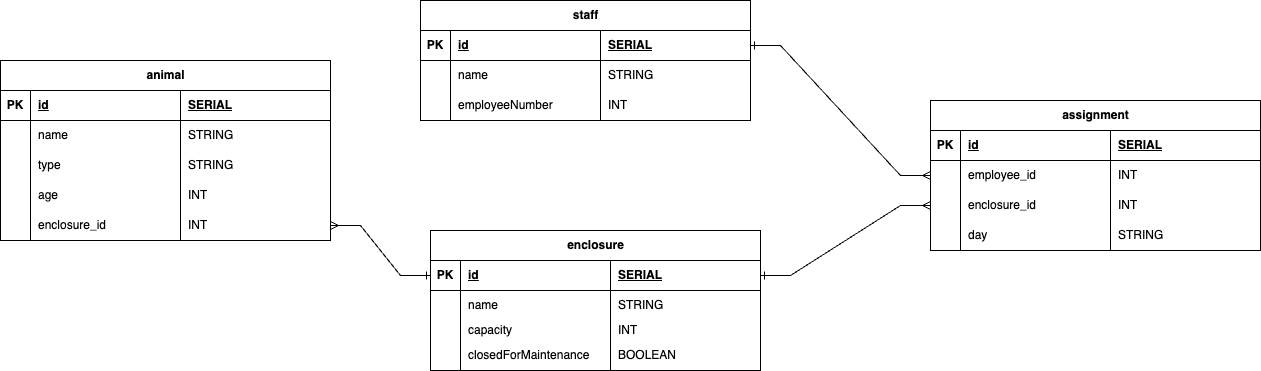
cbattenplowright/zoo_database_paired_lab keeps this draw.io diagram as ZooERD.png. Above is the earlier version. Source tidied: cells renumbered, new cells last; positions are measured from the earlier drawing's top-left corner, leaving out a move shared by most shapes. Source of this version:
```xml
<mxGraphModel>
  <root>
    <mxCell id="0" />
    <mxCell id="1" parent="0" />
    <mxCell id="2" value="animal" style="shape=table;startSize=30;rowLines=0;fontStyle=1;align=center;html=1;" parent="1" vertex="1">
      <mxGeometry y="60" width="330" height="180" as="geometry" />
    </mxCell>
    <mxCell id="3" style="shape=tableRow;horizontal=0;startSize=0;swimlaneHead=0;swimlaneBody=0;fillColor=none;top=0;left=0;right=0;bottom=1;" parent="2" vertex="1">
      <mxGeometry y="30" width="330" height="30" as="geometry" />
    </mxCell>
    <mxCell id="4" value="PK" style="shape=partialRectangle;fillColor=none;top=0;left=0;bottom=0;right=0;fontStyle=1;overflow=hidden;whiteSpace=wrap;html=1;" parent="3" vertex="1">
      <mxGeometry width="30" height="30" as="geometry" />
    </mxCell>
    <mxCell id="5" value="id" style="shape=partialRectangle;fillColor=none;top=0;left=0;bottom=0;right=0;align=left;spacingLeft=6;fontStyle=5;overflow=hidden;whiteSpace=wrap;html=1;" parent="3" vertex="1">
      <mxGeometry x="30" width="150" height="30" as="geometry" />
    </mxCell>
    <mxCell id="6" value="SERIAL" style="shape=partialRectangle;fillColor=none;top=0;left=0;bottom=0;right=0;align=left;spacingLeft=6;fontStyle=5;overflow=hidden;whiteSpace=wrap;html=1;" parent="3" vertex="1">
      <mxGeometry x="180" width="150" height="30" as="geometry" />
    </mxCell>
    <mxCell id="7" style="shape=tableRow;horizontal=0;startSize=0;swimlaneHead=0;swimlaneBody=0;fillColor=none;top=0;left=0;right=0;bottom=0;" parent="2" vertex="1">
      <mxGeometry y="60" width="330" height="30" as="geometry" />
    </mxCell>
    <mxCell id="8" style="shape=partialRectangle;fillColor=none;top=0;left=0;bottom=0;right=0;overflow=hidden;whiteSpace=wrap;html=1;" parent="7" vertex="1">
      <mxGeometry width="30" height="30" as="geometry" />
    </mxCell>
    <mxCell id="9" value="name" style="shape=partialRectangle;fillColor=none;top=0;left=0;bottom=0;right=0;align=left;spacingLeft=6;overflow=hidden;whiteSpace=wrap;html=1;" parent="7" vertex="1">
      <mxGeometry x="30" width="150" height="30" as="geometry" />
    </mxCell>
    <mxCell id="10" value="STRING" style="shape=partialRectangle;fillColor=none;top=0;left=0;bottom=0;right=0;align=left;spacingLeft=6;overflow=hidden;whiteSpace=wrap;html=1;" parent="7" vertex="1">
      <mxGeometry x="180" width="150" height="30" as="geometry" />
    </mxCell>
    <mxCell id="11" style="shape=tableRow;horizontal=0;startSize=0;swimlaneHead=0;swimlaneBody=0;fillColor=none;top=0;left=0;right=0;bottom=0;" parent="2" vertex="1">
      <mxGeometry y="90" width="330" height="30" as="geometry" />
    </mxCell>
    <mxCell id="12" style="shape=partialRectangle;fillColor=none;top=0;left=0;bottom=0;right=0;overflow=hidden;whiteSpace=wrap;html=1;" parent="11" vertex="1">
      <mxGeometry width="30" height="30" as="geometry" />
    </mxCell>
    <mxCell id="13" value="type" style="shape=partialRectangle;fillColor=none;top=0;left=0;bottom=0;right=0;align=left;spacingLeft=6;overflow=hidden;whiteSpace=wrap;html=1;" parent="11" vertex="1">
      <mxGeometry x="30" width="150" height="30" as="geometry" />
    </mxCell>
    <mxCell id="14" value="STRING" style="shape=partialRectangle;fillColor=none;top=0;left=0;bottom=0;right=0;align=left;spacingLeft=6;overflow=hidden;whiteSpace=wrap;html=1;" parent="11" vertex="1">
      <mxGeometry x="180" width="150" height="30" as="geometry" />
    </mxCell>
    <mxCell id="15" style="shape=tableRow;horizontal=0;startSize=0;swimlaneHead=0;swimlaneBody=0;fillColor=none;top=0;left=0;right=0;bottom=0;" parent="2" vertex="1">
      <mxGeometry y="120" width="330" height="30" as="geometry" />
    </mxCell>
    <mxCell id="16" style="shape=partialRectangle;fillColor=none;top=0;left=0;bottom=0;right=0;overflow=hidden;whiteSpace=wrap;html=1;" parent="15" vertex="1">
      <mxGeometry width="30" height="30" as="geometry" />
    </mxCell>
    <mxCell id="17" value="age" style="shape=partialRectangle;fillColor=none;top=0;left=0;bottom=0;right=0;align=left;spacingLeft=6;overflow=hidden;whiteSpace=wrap;html=1;" parent="15" vertex="1">
      <mxGeometry x="30" width="150" height="30" as="geometry" />
    </mxCell>
    <mxCell id="18" value="INT" style="shape=partialRectangle;fillColor=none;top=0;left=0;bottom=0;right=0;align=left;spacingLeft=6;overflow=hidden;whiteSpace=wrap;html=1;" parent="15" vertex="1">
      <mxGeometry x="180" width="150" height="30" as="geometry" />
    </mxCell>
    <mxCell id="19" style="shape=tableRow;horizontal=0;startSize=0;swimlaneHead=0;swimlaneBody=0;fillColor=none;points=[[0,0.5],[1,0.5]];portConstraint=eastwest;top=0;left=0;right=0;bottom=0;" parent="2" vertex="1">
      <mxGeometry y="150" width="330" height="30" as="geometry" />
    </mxCell>
    <mxCell id="20" style="shape=partialRectangle;fillColor=none;top=0;left=0;bottom=0;right=0;overflow=hidden;whiteSpace=wrap;html=1;" parent="19" vertex="1">
      <mxGeometry width="30" height="30" as="geometry" />
    </mxCell>
    <mxCell id="21" value="enclosure_id" style="shape=partialRectangle;fillColor=none;top=0;left=0;bottom=0;right=0;align=left;spacingLeft=6;overflow=hidden;whiteSpace=wrap;html=1;" parent="19" vertex="1">
      <mxGeometry x="30" width="150" height="30" as="geometry" />
    </mxCell>
    <mxCell id="22" value="INT" style="shape=partialRectangle;fillColor=none;top=0;left=0;bottom=0;right=0;align=left;spacingLeft=6;overflow=hidden;whiteSpace=wrap;html=1;" parent="19" vertex="1">
      <mxGeometry x="180" width="150" height="30" as="geometry" />
    </mxCell>
    <mxCell id="23" value="enclosure" style="shape=table;startSize=30;rowLines=0;fontStyle=1;align=center;html=1;" parent="1" vertex="1">
      <mxGeometry x="430" y="230" width="330" height="140" as="geometry" />
    </mxCell>
    <mxCell id="24" style="shape=tableRow;horizontal=0;startSize=0;swimlaneHead=0;swimlaneBody=0;fillColor=none;points=[[0,0.5],[1,0.5]];portConstraint=eastwest;top=0;left=0;right=0;bottom=1;" parent="23" vertex="1">
      <mxGeometry y="30" width="330" height="30" as="geometry" />
    </mxCell>
    <mxCell id="25" value="PK" style="shape=partialRectangle;fillColor=none;top=0;left=0;bottom=0;right=0;fontStyle=1;overflow=hidden;whiteSpace=wrap;html=1;" parent="24" vertex="1">
      <mxGeometry width="30" height="30" as="geometry" />
    </mxCell>
    <mxCell id="26" value="id" style="shape=partialRectangle;fillColor=none;top=0;left=0;bottom=0;right=0;align=left;spacingLeft=6;fontStyle=5;overflow=hidden;whiteSpace=wrap;html=1;" parent="24" vertex="1">
      <mxGeometry x="30" width="150" height="30" as="geometry" />
    </mxCell>
    <mxCell id="27" value="SERIAL" style="shape=partialRectangle;fillColor=none;top=0;left=0;bottom=0;right=0;align=left;spacingLeft=6;fontStyle=5;overflow=hidden;whiteSpace=wrap;html=1;" parent="24" vertex="1">
      <mxGeometry x="180" width="150" height="30" as="geometry" />
    </mxCell>
    <mxCell id="28" style="shape=tableRow;horizontal=0;startSize=0;swimlaneHead=0;swimlaneBody=0;fillColor=none;top=0;left=0;right=0;bottom=0;" parent="23" vertex="1">
      <mxGeometry y="60" width="330" height="30" as="geometry" />
    </mxCell>
    <mxCell id="29" style="shape=partialRectangle;fillColor=none;top=0;left=0;bottom=0;right=0;overflow=hidden;whiteSpace=wrap;html=1;" parent="28" vertex="1">
      <mxGeometry width="30" height="30" as="geometry" />
    </mxCell>
    <mxCell id="30" value="name" style="shape=partialRectangle;fillColor=none;top=0;left=0;bottom=0;right=0;align=left;spacingLeft=6;overflow=hidden;whiteSpace=wrap;html=1;" parent="28" vertex="1">
      <mxGeometry x="30" width="150" height="30" as="geometry" />
    </mxCell>
    <mxCell id="31" value="STRING" style="shape=partialRectangle;fillColor=none;top=0;left=0;bottom=0;right=0;align=left;spacingLeft=6;overflow=hidden;whiteSpace=wrap;html=1;" parent="28" vertex="1">
      <mxGeometry x="180" width="150" height="30" as="geometry" />
    </mxCell>
    <mxCell id="32" style="shape=tableRow;horizontal=0;startSize=0;swimlaneHead=0;swimlaneBody=0;fillColor=none;top=0;left=0;right=0;bottom=0;" parent="23" vertex="1">
      <mxGeometry y="90" width="330" height="20" as="geometry" />
    </mxCell>
    <mxCell id="33" style="shape=partialRectangle;fillColor=none;top=0;left=0;bottom=0;right=0;overflow=hidden;whiteSpace=wrap;html=1;" parent="32" vertex="1">
      <mxGeometry width="30" height="20" as="geometry" />
    </mxCell>
    <mxCell id="34" value="capacity" style="shape=partialRectangle;fillColor=none;top=0;left=0;bottom=0;right=0;align=left;spacingLeft=6;overflow=hidden;whiteSpace=wrap;html=1;" parent="32" vertex="1">
      <mxGeometry x="30" width="150" height="20" as="geometry" />
    </mxCell>
    <mxCell id="35" value="INT" style="shape=partialRectangle;fillColor=none;top=0;left=0;bottom=0;right=0;align=left;spacingLeft=6;overflow=hidden;whiteSpace=wrap;html=1;" parent="32" vertex="1">
      <mxGeometry x="180" width="150" height="20" as="geometry" />
    </mxCell>
    <mxCell id="36" style="shape=tableRow;horizontal=0;startSize=0;swimlaneHead=0;swimlaneBody=0;fillColor=none;top=0;left=0;right=0;bottom=0;" parent="23" vertex="1">
      <mxGeometry y="110" width="330" height="30" as="geometry" />
    </mxCell>
    <mxCell id="37" style="shape=partialRectangle;fillColor=none;top=0;left=0;bottom=0;right=0;overflow=hidden;whiteSpace=wrap;html=1;" parent="36" vertex="1">
      <mxGeometry width="30" height="30" as="geometry" />
    </mxCell>
    <mxCell id="38" value="closedForMaintenance" style="shape=partialRectangle;fillColor=none;top=0;left=0;bottom=0;right=0;align=left;spacingLeft=6;overflow=hidden;whiteSpace=wrap;html=1;" parent="36" vertex="1">
      <mxGeometry x="30" width="150" height="30" as="geometry" />
    </mxCell>
    <mxCell id="39" value="BOOLEAN" style="shape=partialRectangle;fillColor=none;top=0;left=0;bottom=0;right=0;align=left;spacingLeft=6;overflow=hidden;whiteSpace=wrap;html=1;" parent="36" vertex="1">
      <mxGeometry x="180" width="150" height="30" as="geometry" />
    </mxCell>
    <mxCell id="40" value="staff" style="shape=table;startSize=30;rowLines=0;fontStyle=1;align=center;html=1;" parent="1" vertex="1">
      <mxGeometry x="420" width="330" height="120" as="geometry" />
    </mxCell>
    <mxCell id="41" style="shape=tableRow;horizontal=0;startSize=0;swimlaneHead=0;swimlaneBody=0;fillColor=none;points=[[0,0.5],[1,0.5]];portConstraint=eastwest;top=0;left=0;right=0;bottom=1;" parent="40" vertex="1">
      <mxGeometry y="30" width="330" height="30" as="geometry" />
    </mxCell>
    <mxCell id="42" value="PK" style="shape=partialRectangle;fillColor=none;top=0;left=0;bottom=0;right=0;fontStyle=1;overflow=hidden;whiteSpace=wrap;html=1;" parent="41" vertex="1">
      <mxGeometry width="30" height="30" as="geometry" />
    </mxCell>
    <mxCell id="43" value="id" style="shape=partialRectangle;fillColor=none;top=0;left=0;bottom=0;right=0;align=left;spacingLeft=6;fontStyle=5;overflow=hidden;whiteSpace=wrap;html=1;" parent="41" vertex="1">
      <mxGeometry x="30" width="150" height="30" as="geometry" />
    </mxCell>
    <mxCell id="44" value="SERIAL" style="shape=partialRectangle;fillColor=none;top=0;left=0;bottom=0;right=0;align=left;spacingLeft=6;fontStyle=5;overflow=hidden;whiteSpace=wrap;html=1;" parent="41" vertex="1">
      <mxGeometry x="180" width="150" height="30" as="geometry" />
    </mxCell>
    <mxCell id="45" style="shape=tableRow;horizontal=0;startSize=0;swimlaneHead=0;swimlaneBody=0;fillColor=none;top=0;left=0;right=0;bottom=0;" parent="40" vertex="1">
      <mxGeometry y="60" width="330" height="30" as="geometry" />
    </mxCell>
    <mxCell id="46" style="shape=partialRectangle;fillColor=none;top=0;left=0;bottom=0;right=0;overflow=hidden;whiteSpace=wrap;html=1;" parent="45" vertex="1">
      <mxGeometry width="30" height="30" as="geometry" />
    </mxCell>
    <mxCell id="47" value="name" style="shape=partialRectangle;fillColor=none;top=0;left=0;bottom=0;right=0;align=left;spacingLeft=6;overflow=hidden;whiteSpace=wrap;html=1;" parent="45" vertex="1">
      <mxGeometry x="30" width="150" height="30" as="geometry" />
    </mxCell>
    <mxCell id="48" value="STRING" style="shape=partialRectangle;fillColor=none;top=0;left=0;bottom=0;right=0;align=left;spacingLeft=6;overflow=hidden;whiteSpace=wrap;html=1;" parent="45" vertex="1">
      <mxGeometry x="180" width="150" height="30" as="geometry" />
    </mxCell>
    <mxCell id="49" style="shape=tableRow;horizontal=0;startSize=0;swimlaneHead=0;swimlaneBody=0;fillColor=none;top=0;left=0;right=0;bottom=0;" parent="40" vertex="1">
      <mxGeometry y="90" width="330" height="30" as="geometry" />
    </mxCell>
    <mxCell id="50" style="shape=partialRectangle;fillColor=none;top=0;left=0;bottom=0;right=0;overflow=hidden;whiteSpace=wrap;html=1;" parent="49" vertex="1">
      <mxGeometry width="30" height="30" as="geometry" />
    </mxCell>
    <mxCell id="51" value="employeeNumber" style="shape=partialRectangle;fillColor=none;top=0;left=0;bottom=0;right=0;align=left;spacingLeft=6;overflow=hidden;whiteSpace=wrap;html=1;" parent="49" vertex="1">
      <mxGeometry x="30" width="150" height="30" as="geometry" />
    </mxCell>
    <mxCell id="52" value="INT" style="shape=partialRectangle;fillColor=none;top=0;left=0;bottom=0;right=0;align=left;spacingLeft=6;overflow=hidden;whiteSpace=wrap;html=1;" parent="49" vertex="1">
      <mxGeometry x="180" width="150" height="30" as="geometry" />
    </mxCell>
    <mxCell id="53" value="assignment" style="shape=table;startSize=30;rowLines=0;fontStyle=1;align=center;html=1;" parent="1" vertex="1">
      <mxGeometry x="930" y="100" width="330" height="150" as="geometry" />
    </mxCell>
    <mxCell id="54" style="shape=tableRow;horizontal=0;startSize=0;swimlaneHead=0;swimlaneBody=0;fillColor=none;top=0;left=0;right=0;bottom=1;" parent="53" vertex="1">
      <mxGeometry y="30" width="330" height="30" as="geometry" />
    </mxCell>
    <mxCell id="55" value="PK" style="shape=partialRectangle;fillColor=none;top=0;left=0;bottom=0;right=0;fontStyle=1;overflow=hidden;whiteSpace=wrap;html=1;" parent="54" vertex="1">
      <mxGeometry width="30" height="30" as="geometry" />
    </mxCell>
    <mxCell id="56" value="id" style="shape=partialRectangle;fillColor=none;top=0;left=0;bottom=0;right=0;align=left;spacingLeft=6;fontStyle=5;overflow=hidden;whiteSpace=wrap;html=1;" parent="54" vertex="1">
      <mxGeometry x="30" width="150" height="30" as="geometry" />
    </mxCell>
    <mxCell id="57" value="SERIAL" style="shape=partialRectangle;fillColor=none;top=0;left=0;bottom=0;right=0;align=left;spacingLeft=6;fontStyle=5;overflow=hidden;whiteSpace=wrap;html=1;" parent="54" vertex="1">
      <mxGeometry x="180" width="150" height="30" as="geometry" />
    </mxCell>
    <mxCell id="58" style="shape=tableRow;horizontal=0;startSize=0;swimlaneHead=0;swimlaneBody=0;fillColor=none;points=[[0,0.5],[1,0.5]];portConstraint=eastwest;top=0;left=0;right=0;bottom=0;" parent="53" vertex="1">
      <mxGeometry y="60" width="330" height="30" as="geometry" />
    </mxCell>
    <mxCell id="59" style="shape=partialRectangle;fillColor=none;top=0;left=0;bottom=0;right=0;overflow=hidden;whiteSpace=wrap;html=1;" parent="58" vertex="1">
      <mxGeometry width="30" height="30" as="geometry" />
    </mxCell>
    <mxCell id="60" value="employee_id" style="shape=partialRectangle;fillColor=none;top=0;left=0;bottom=0;right=0;align=left;spacingLeft=6;overflow=hidden;whiteSpace=wrap;html=1;" parent="58" vertex="1">
      <mxGeometry x="30" width="150" height="30" as="geometry" />
    </mxCell>
    <mxCell id="61" value="INT" style="shape=partialRectangle;fillColor=none;top=0;left=0;bottom=0;right=0;align=left;spacingLeft=6;overflow=hidden;whiteSpace=wrap;html=1;" parent="58" vertex="1">
      <mxGeometry x="180" width="150" height="30" as="geometry" />
    </mxCell>
    <mxCell id="62" style="shape=tableRow;horizontal=0;startSize=0;swimlaneHead=0;swimlaneBody=0;fillColor=none;points=[[0,0.5],[1,0.5]];portConstraint=eastwest;top=0;left=0;right=0;bottom=0;" parent="53" vertex="1">
      <mxGeometry y="90" width="330" height="30" as="geometry" />
    </mxCell>
    <mxCell id="63" style="shape=partialRectangle;fillColor=none;top=0;left=0;bottom=0;right=0;overflow=hidden;whiteSpace=wrap;html=1;" parent="62" vertex="1">
      <mxGeometry width="30" height="30" as="geometry" />
    </mxCell>
    <mxCell id="64" value="enclosure_id" style="shape=partialRectangle;fillColor=none;top=0;left=0;bottom=0;right=0;align=left;spacingLeft=6;overflow=hidden;whiteSpace=wrap;html=1;" parent="62" vertex="1">
      <mxGeometry x="30" width="150" height="30" as="geometry" />
    </mxCell>
    <mxCell id="65" value="INT" style="shape=partialRectangle;fillColor=none;top=0;left=0;bottom=0;right=0;align=left;spacingLeft=6;overflow=hidden;whiteSpace=wrap;html=1;" parent="62" vertex="1">
      <mxGeometry x="180" width="150" height="30" as="geometry" />
    </mxCell>
    <mxCell id="66" style="shape=tableRow;horizontal=0;startSize=0;swimlaneHead=0;swimlaneBody=0;fillColor=none;top=0;left=0;right=0;bottom=0;" parent="53" vertex="1">
      <mxGeometry y="120" width="330" height="30" as="geometry" />
    </mxCell>
    <mxCell id="67" style="shape=partialRectangle;fillColor=none;top=0;left=0;bottom=0;right=0;overflow=hidden;whiteSpace=wrap;html=1;" parent="66" vertex="1">
      <mxGeometry width="30" height="30" as="geometry" />
    </mxCell>
    <mxCell id="68" value="day" style="shape=partialRectangle;fillColor=none;top=0;left=0;bottom=0;right=0;align=left;spacingLeft=6;overflow=hidden;whiteSpace=wrap;html=1;" parent="66" vertex="1">
      <mxGeometry x="30" width="150" height="30" as="geometry" />
    </mxCell>
    <mxCell id="69" value="STRING" style="shape=partialRectangle;fillColor=none;top=0;left=0;bottom=0;right=0;align=left;spacingLeft=6;overflow=hidden;whiteSpace=wrap;html=1;" parent="66" vertex="1">
      <mxGeometry x="180" width="150" height="30" as="geometry" />
    </mxCell>
    <mxCell id="70" style="edgeStyle=entityRelationEdgeStyle;fontSize=12;html=1;endArrow=ERone;rounded=0;startArrow=ERmany;startFill=0;endFill=0;" parent="1" edge="1" source="19" target="24">
      <mxGeometry relative="1" as="geometry" />
    </mxCell>
    <mxCell id="71" style="edgeStyle=entityRelationEdgeStyle;fontSize=12;html=1;endArrow=ERmany;rounded=0;startArrow=ERone;startFill=0;" parent="1" edge="1" source="41" target="58">
      <mxGeometry relative="1" as="geometry" />
    </mxCell>
    <mxCell id="72" style="edgeStyle=entityRelationEdgeStyle;fontSize=12;html=1;endArrow=ERmany;rounded=0;startArrow=ERone;startFill=0;" parent="1" edge="1" source="24" target="62">
      <mxGeometry relative="1" as="geometry" />
    </mxCell>
  </root>
</mxGraphModel>
```
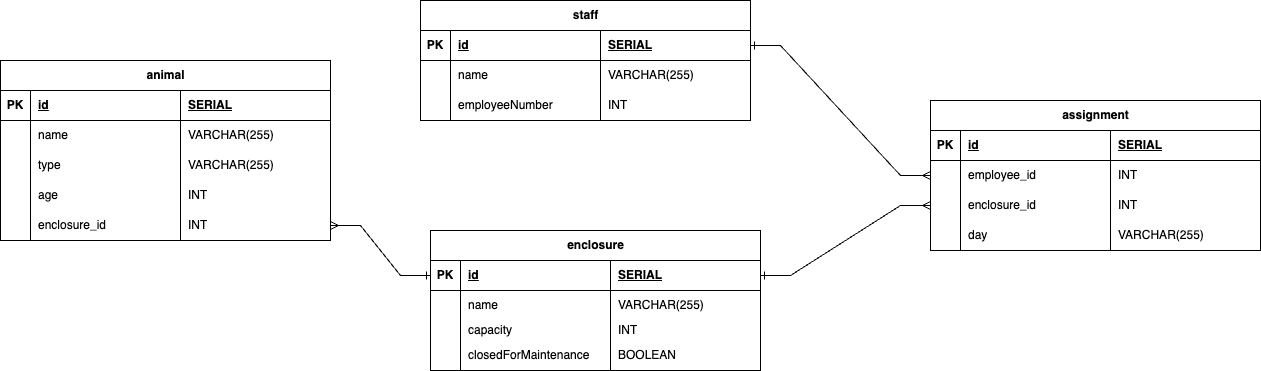
Above is the later version.

Diff of the diagram source:
```diff
@@ -26,7 +26,7 @@
     <mxCell id="9" value="name" style="shape=partialRectangle;fillColor=none;top=0;left=0;bottom=0;right=0;align=left;spacingLeft=6;overflow=hidden;whiteSpace=wrap;html=1;" parent="7" vertex="1">
       <mxGeometry x="30" width="150" height="30" as="geometry" />
     </mxCell>
-    <mxCell id="10" value="STRING" style="shape=partialRectangle;fillColor=none;top=0;left=0;bottom=0;right=0;align=left;spacingLeft=6;overflow=hidden;whiteSpace=wrap;html=1;" parent="7" vertex="1">
+    <mxCell id="10" value="VARCHAR(255)" style="shape=partialRectangle;fillColor=none;top=0;left=0;bottom=0;right=0;align=left;spacingLeft=6;overflow=hidden;whiteSpace=wrap;html=1;" parent="7" vertex="1">
       <mxGeometry x="180" width="150" height="30" as="geometry" />
     </mxCell>
     <mxCell id="11" style="shape=tableRow;horizontal=0;startSize=0;swimlaneHead=0;swimlaneBody=0;fillColor=none;top=0;left=0;right=0;bottom=0;" parent="2" vertex="1">
@@ -38,7 +38,7 @@
     <mxCell id="13" value="type" style="shape=partialRectangle;fillColor=none;top=0;left=0;bottom=0;right=0;align=left;spacingLeft=6;overflow=hidden;whiteSpace=wrap;html=1;" parent="11" vertex="1">
       <mxGeometry x="30" width="150" height="30" as="geometry" />
     </mxCell>
-    <mxCell id="14" value="STRING" style="shape=partialRectangle;fillColor=none;top=0;left=0;bottom=0;right=0;align=left;spacingLeft=6;overflow=hidden;whiteSpace=wrap;html=1;" parent="11" vertex="1">
+    <mxCell id="14" value="VARCHAR(255)" style="shape=partialRectangle;fillColor=none;top=0;left=0;bottom=0;right=0;align=left;spacingLeft=6;overflow=hidden;whiteSpace=wrap;html=1;" parent="11" vertex="1">
       <mxGeometry x="180" width="150" height="30" as="geometry" />
     </mxCell>
     <mxCell id="15" style="shape=tableRow;horizontal=0;startSize=0;swimlaneHead=0;swimlaneBody=0;fillColor=none;top=0;left=0;right=0;bottom=0;" parent="2" vertex="1">
@@ -89,7 +89,7 @@
     <mxCell id="30" value="name" style="shape=partialRectangle;fillColor=none;top=0;left=0;bottom=0;right=0;align=left;spacingLeft=6;overflow=hidden;whiteSpace=wrap;html=1;" parent="28" vertex="1">
       <mxGeometry x="30" width="150" height="30" as="geometry" />
     </mxCell>
-    <mxCell id="31" value="STRING" style="shape=partialRectangle;fillColor=none;top=0;left=0;bottom=0;right=0;align=left;spacingLeft=6;overflow=hidden;whiteSpace=wrap;html=1;" parent="28" vertex="1">
+    <mxCell id="31" value="VARCHAR(255)" style="shape=partialRectangle;fillColor=none;top=0;left=0;bottom=0;right=0;align=left;spacingLeft=6;overflow=hidden;whiteSpace=wrap;html=1;" parent="28" vertex="1">
       <mxGeometry x="180" width="150" height="30" as="geometry" />
     </mxCell>
     <mxCell id="32" style="shape=tableRow;horizontal=0;startSize=0;swimlaneHead=0;swimlaneBody=0;fillColor=none;top=0;left=0;right=0;bottom=0;" parent="23" vertex="1">
@@ -140,7 +140,7 @@
     <mxCell id="47" value="name" style="shape=partialRectangle;fillColor=none;top=0;left=0;bottom=0;right=0;align=left;spacingLeft=6;overflow=hidden;whiteSpace=wrap;html=1;" parent="45" vertex="1">
       <mxGeometry x="30" width="150" height="30" as="geometry" />
     </mxCell>
-    <mxCell id="48" value="STRING" style="shape=partialRectangle;fillColor=none;top=0;left=0;bottom=0;right=0;align=left;spacingLeft=6;overflow=hidden;whiteSpace=wrap;html=1;" parent="45" vertex="1">
+    <mxCell id="48" value="VARCHAR(255)" style="shape=partialRectangle;fillColor=none;top=0;left=0;bottom=0;right=0;align=left;spacingLeft=6;overflow=hidden;whiteSpace=wrap;html=1;" parent="45" vertex="1">
       <mxGeometry x="180" width="150" height="30" as="geometry" />
     </mxCell>
     <mxCell id="49" style="shape=tableRow;horizontal=0;startSize=0;swimlaneHead=0;swimlaneBody=0;fillColor=none;top=0;left=0;right=0;bottom=0;" parent="40" vertex="1">
@@ -203,7 +203,7 @@
     <mxCell id="68" value="day" style="shape=partialRectangle;fillColor=none;top=0;left=0;bottom=0;right=0;align=left;spacingLeft=6;overflow=hidden;whiteSpace=wrap;html=1;" parent="66" vertex="1">
       <mxGeometry x="30" width="150" height="30" as="geometry" />
     </mxCell>
-    <mxCell id="69" value="STRING" style="shape=partialRectangle;fillColor=none;top=0;left=0;bottom=0;right=0;align=left;spacingLeft=6;overflow=hidden;whiteSpace=wrap;html=1;" parent="66" vertex="1">
+    <mxCell id="69" value="VARCHAR(255)" style="shape=partialRectangle;fillColor=none;top=0;left=0;bottom=0;right=0;align=left;spacingLeft=6;overflow=hidden;whiteSpace=wrap;html=1;" parent="66" vertex="1">
       <mxGeometry x="180" width="150" height="30" as="geometry" />
     </mxCell>
     <mxCell id="70" style="edgeStyle=entityRelationEdgeStyle;fontSize=12;html=1;endArrow=ERone;rounded=0;startArrow=ERmany;startFill=0;endFill=0;" parent="1" edge="1" source="19" target="24">
```
